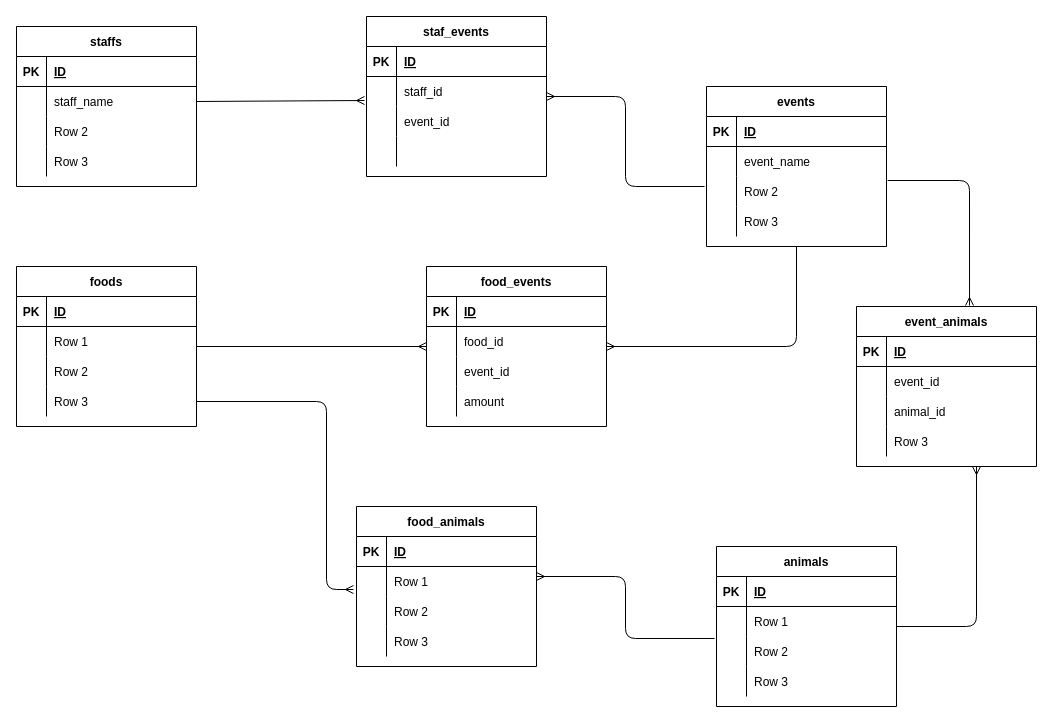
Taishikun0721/Rails_Sparta_TIL keeps this draw.io diagram as SQL/Untitled Diagram.drawio. Above is the earlier version. Source tidied: cells renumbered, new cells numbered last; positions are measured from the earlier drawing's top-left corner, leaving out a move shared by most shapes. Both pictures are drawn from the tidied source at 100%, with x=0, y=0 at pixel (16, 16).
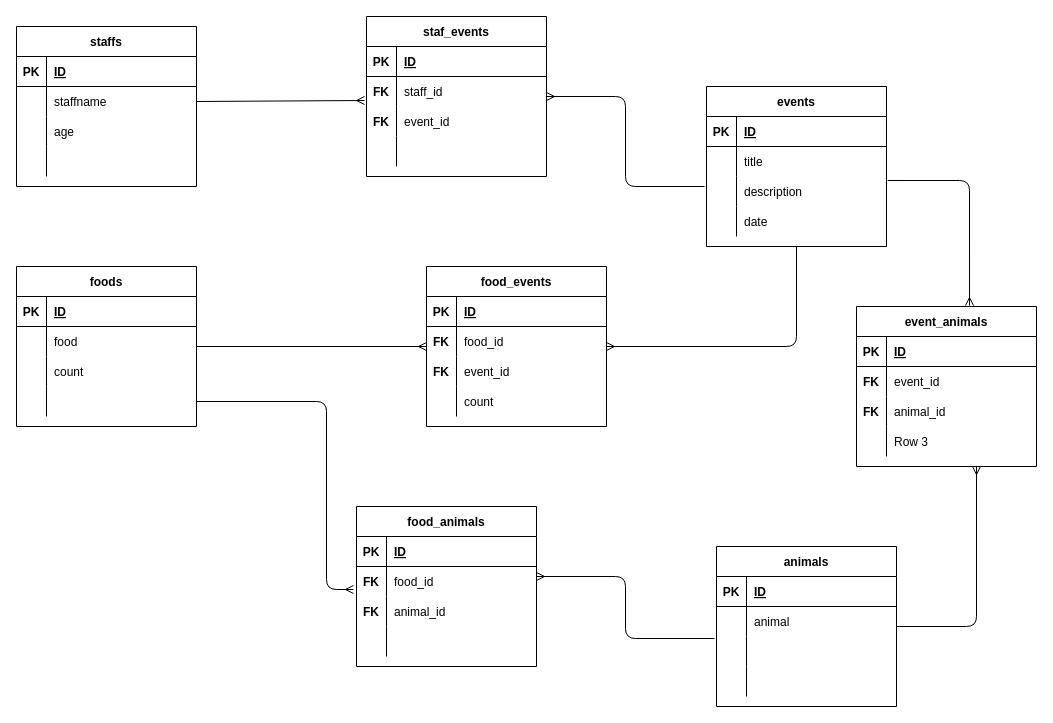
Above is the later version.

The change refers to these unchanged cells:
```xml
<mxCell id="7" style="shape=partialRectangle;fillColor=none;top=0;left=0;bottom=0;right=0;points=[[0,0.5],[1,0.5]];portConstraint=eastwest;" parent="3" vertex="1">
  <mxGeometry y="60" width="180" height="30" as="geometry" />
</mxCell>
<mxCell id="10" style="shape=partialRectangle;fillColor=none;top=0;left=0;bottom=0;right=0;" parent="3" vertex="1">
  <mxGeometry y="90" width="180" height="30" as="geometry" />
</mxCell>
<mxCell id="13" style="shape=partialRectangle;fillColor=none;top=0;left=0;bottom=0;right=0;" parent="3" vertex="1">
  <mxGeometry y="120" width="180" height="30" as="geometry" />
</mxCell>
<mxCell id="33" style="shape=partialRectangle;fillColor=none;top=0;left=0;bottom=0;right=0;points=[[0,0.5],[1,0.5]];portConstraint=eastwest;" parent="29" vertex="1">
  <mxGeometry y="60" width="180" height="30" as="geometry" />
</mxCell>
<mxCell id="36" style="shape=partialRectangle;fillColor=none;top=0;left=0;bottom=0;right=0;" parent="29" vertex="1">
  <mxGeometry y="90" width="180" height="30" as="geometry" />
</mxCell>
<mxCell id="39" style="shape=partialRectangle;fillColor=none;top=0;left=0;bottom=0;right=0;" parent="29" vertex="1">
  <mxGeometry y="120" width="180" height="30" as="geometry" />
</mxCell>
<mxCell id="59" style="shape=partialRectangle;fillColor=none;top=0;left=0;bottom=0;right=0;" parent="55" vertex="1">
  <mxGeometry y="60" width="180" height="30" as="geometry" />
</mxCell>
<mxCell id="62" style="shape=partialRectangle;fillColor=none;top=0;left=0;bottom=0;right=0;" parent="55" vertex="1">
  <mxGeometry y="90" width="180" height="30" as="geometry" />
</mxCell>
<mxCell id="65" style="shape=partialRectangle;fillColor=none;top=0;left=0;bottom=0;right=0;points=[[0,0.5],[1,0.5]];portConstraint=eastwest;" parent="55" vertex="1">
  <mxGeometry y="120" width="180" height="30" as="geometry" />
</mxCell>
<mxCell id="72" style="shape=partialRectangle;fillColor=none;top=0;left=0;bottom=0;right=0;" parent="68" vertex="1">
  <mxGeometry y="60" width="180" height="30" as="geometry" />
</mxCell>
<mxCell id="75" style="shape=partialRectangle;fillColor=none;top=0;left=0;bottom=0;right=0;points=[[0,0.5],[1,0.5]];portConstraint=eastwest;" parent="68" vertex="1">
  <mxGeometry y="90" width="180" height="30" as="geometry" />
</mxCell>
<mxCell id="78" style="shape=partialRectangle;fillColor=none;top=0;left=0;bottom=0;right=0;" parent="68" vertex="1">
  <mxGeometry y="120" width="180" height="30" as="geometry" />
</mxCell>
<mxCell id="91" style="shape=partialRectangle;fillColor=none;top=0;left=0;bottom=0;right=0;" parent="81" vertex="1">
  <mxGeometry y="120" width="180" height="30" as="geometry" />
</mxCell>
<mxCell id="98" style="shape=partialRectangle;fillColor=none;top=0;left=0;bottom=0;right=0;points=[[0,0.5],[1,0.5]];portConstraint=eastwest;" parent="94" vertex="1">
  <mxGeometry y="60" width="180" height="30" as="geometry" />
</mxCell>
<mxCell id="101" style="shape=partialRectangle;fillColor=none;top=0;left=0;bottom=0;right=0;" parent="94" vertex="1">
  <mxGeometry y="90" width="180" height="30" as="geometry" />
</mxCell>
<mxCell id="104" style="shape=partialRectangle;fillColor=none;top=0;left=0;bottom=0;right=0;" parent="94" vertex="1">
  <mxGeometry y="120" width="180" height="30" as="geometry" />
</mxCell>
```

Diff of the diagram source:
```diff
@@
-    <mxCell id="9" value="staff_name" style="shape=partialRectangle;fillColor=none;top=0;left=0;bottom=0;right=0;align=left;spacingLeft=6;overflow=hidden;" parent="7" vertex="1">
+    <mxCell id="9" value="staffname" style="shape=partialRectangle;fillColor=none;top=0;left=0;bottom=0;right=0;align=left;spacingLeft=6;overflow=hidden;" parent="7" vertex="1">
       <mxGeometry x="30" width="150" height="30" as="geometry" />
     </mxCell>
@@
-    <mxCell id="12" value="Row 2" style="shape=partialRectangle;fillColor=none;top=0;left=0;bottom=0;right=0;align=left;spacingLeft=6;overflow=hidden;" parent="10" vertex="1">
+    <mxCell id="12" value="age" style="shape=partialRectangle;fillColor=none;top=0;left=0;bottom=0;right=0;align=left;spacingLeft=6;overflow=hidden;" parent="10" vertex="1">
       <mxGeometry x="30" width="150" height="30" as="geometry" />
     </mxCell>
@@
-    <mxCell id="15" value="Row 3" style="shape=partialRectangle;fillColor=none;top=0;left=0;bottom=0;right=0;align=left;spacingLeft=6;overflow=hidden;" parent="13" vertex="1">
+    <mxCell id="15" style="shape=partialRectangle;fillColor=none;top=0;left=0;bottom=0;right=0;align=left;spacingLeft=6;overflow=hidden;" parent="13" vertex="1">
       <mxGeometry x="30" width="150" height="30" as="geometry" />
     </mxCell>
@@
-    <mxCell id="35" value="event_name" style="shape=partialRectangle;fillColor=none;top=0;left=0;bottom=0;right=0;align=left;spacingLeft=6;overflow=hidden;" parent="33" vertex="1">
+    <mxCell id="35" value="title" style="shape=partialRectangle;fillColor=none;top=0;left=0;bottom=0;right=0;align=left;spacingLeft=6;overflow=hidden;" parent="33" vertex="1">
       <mxGeometry x="30" width="150" height="30" as="geometry" />
     </mxCell>
@@
-    <mxCell id="38" value="Row 2" style="shape=partialRectangle;fillColor=none;top=0;left=0;bottom=0;right=0;align=left;spacingLeft=6;overflow=hidden;" parent="36" vertex="1">
+    <mxCell id="38" value="description" style="shape=partialRectangle;fillColor=none;top=0;left=0;bottom=0;right=0;align=left;spacingLeft=6;overflow=hidden;" parent="36" vertex="1">
       <mxGeometry x="30" width="150" height="30" as="geometry" />
     </mxCell>
@@
-    <mxCell id="41" value="Row 3" style="shape=partialRectangle;fillColor=none;top=0;left=0;bottom=0;right=0;align=left;spacingLeft=6;overflow=hidden;" parent="39" vertex="1">
+    <mxCell id="41" value="date" style="shape=partialRectangle;fillColor=none;top=0;left=0;bottom=0;right=0;align=left;spacingLeft=6;overflow=hidden;" parent="39" vertex="1">
       <mxGeometry x="30" width="150" height="30" as="geometry" />
     </mxCell>
@@
-    <mxCell id="61" value="Row 1" style="shape=partialRectangle;fillColor=none;top=0;left=0;bottom=0;right=0;align=left;spacingLeft=6;overflow=hidden;" parent="59" vertex="1">
+    <mxCell id="61" value="food" style="shape=partialRectangle;fillColor=none;top=0;left=0;bottom=0;right=0;align=left;spacingLeft=6;overflow=hidden;" parent="59" vertex="1">
       <mxGeometry x="30" width="150" height="30" as="geometry" />
     </mxCell>
@@
-    <mxCell id="64" value="Row 2" style="shape=partialRectangle;fillColor=none;top=0;left=0;bottom=0;right=0;align=left;spacingLeft=6;overflow=hidden;" parent="62" vertex="1">
+    <mxCell id="64" value="count" style="shape=partialRectangle;fillColor=none;top=0;left=0;bottom=0;right=0;align=left;spacingLeft=6;overflow=hidden;" parent="62" vertex="1">
       <mxGeometry x="30" width="150" height="30" as="geometry" />
     </mxCell>
@@
-    <mxCell id="67" value="Row 3" style="shape=partialRectangle;fillColor=none;top=0;left=0;bottom=0;right=0;align=left;spacingLeft=6;overflow=hidden;" parent="65" vertex="1">
+    <mxCell id="67" style="shape=partialRectangle;fillColor=none;top=0;left=0;bottom=0;right=0;align=left;spacingLeft=6;overflow=hidden;" parent="65" vertex="1">
       <mxGeometry x="30" width="150" height="30" as="geometry" />
     </mxCell>
@@
-    <mxCell id="74" value="Row 1" style="shape=partialRectangle;fillColor=none;top=0;left=0;bottom=0;right=0;align=left;spacingLeft=6;overflow=hidden;" parent="72" vertex="1">
+    <mxCell id="74" value="animal" style="shape=partialRectangle;fillColor=none;top=0;left=0;bottom=0;right=0;align=left;spacingLeft=6;overflow=hidden;" parent="72" vertex="1">
       <mxGeometry x="30" width="150" height="30" as="geometry" />
     </mxCell>
@@
-    <mxCell id="77" value="Row 2" style="shape=partialRectangle;fillColor=none;top=0;left=0;bottom=0;right=0;align=left;spacingLeft=6;overflow=hidden;" parent="75" vertex="1">
+    <mxCell id="77" style="shape=partialRectangle;fillColor=none;top=0;left=0;bottom=0;right=0;align=left;spacingLeft=6;overflow=hidden;" parent="75" vertex="1">
       <mxGeometry x="30" width="150" height="30" as="geometry" />
     </mxCell>
@@
-    <mxCell id="80" value="Row 3" style="shape=partialRectangle;fillColor=none;top=0;left=0;bottom=0;right=0;align=left;spacingLeft=6;overflow=hidden;" parent="78" vertex="1">
+    <mxCell id="80" style="shape=partialRectangle;fillColor=none;top=0;left=0;bottom=0;right=0;align=left;spacingLeft=6;overflow=hidden;" parent="78" vertex="1">
       <mxGeometry x="30" width="150" height="30" as="geometry" />
     </mxCell>
@@
-    <mxCell id="93" value="amount" style="shape=partialRectangle;fillColor=none;top=0;left=0;bottom=0;right=0;align=left;spacingLeft=6;overflow=hidden;" parent="91" vertex="1">
+    <mxCell id="93" value="count" style="shape=partialRectangle;fillColor=none;top=0;left=0;bottom=0;right=0;align=left;spacingLeft=6;overflow=hidden;" parent="91" vertex="1">
       <mxGeometry x="30" width="150" height="30" as="geometry" />
     </mxCell>
@@
-    <mxCell id="100" value="Row 1" style="shape=partialRectangle;fillColor=none;top=0;left=0;bottom=0;right=0;align=left;spacingLeft=6;overflow=hidden;" parent="98" vertex="1">
+    <mxCell id="100" value="food_id" style="shape=partialRectangle;fillColor=none;top=0;left=0;bottom=0;right=0;align=left;spacingLeft=6;overflow=hidden;" parent="98" vertex="1">
       <mxGeometry x="30" width="150" height="30" as="geometry" />
     </mxCell>
@@
-    <mxCell id="103" value="Row 2" style="shape=partialRectangle;fillColor=none;top=0;left=0;bottom=0;right=0;align=left;spacingLeft=6;overflow=hidden;" parent="101" vertex="1">
+    <mxCell id="103" value="animal_id" style="shape=partialRectangle;fillColor=none;top=0;left=0;bottom=0;right=0;align=left;spacingLeft=6;overflow=hidden;" parent="101" vertex="1">
       <mxGeometry x="30" width="150" height="30" as="geometry" />
     </mxCell>
@@
-    <mxCell id="106" value="Row 3" style="shape=partialRectangle;fillColor=none;top=0;left=0;bottom=0;right=0;align=left;spacingLeft=6;overflow=hidden;" parent="104" vertex="1">
+    <mxCell id="106" style="shape=partialRectangle;fillColor=none;top=0;left=0;bottom=0;right=0;align=left;spacingLeft=6;overflow=hidden;" parent="104" vertex="1">
       <mxGeometry x="30" width="150" height="30" as="geometry" />
     </mxCell>
@@
+    <mxCell id="114" value="FK" style="shape=partialRectangle;fillColor=none;top=0;left=0;bottom=0;right=0;fontStyle=1;overflow=hidden;" parent="1" vertex="1">
+      <mxGeometry x="350" y="60" width="30" height="30" as="geometry" />
+    </mxCell>
+    <mxCell id="115" value="FK" style="shape=partialRectangle;fillColor=none;top=0;left=0;bottom=0;right=0;fontStyle=1;overflow=hidden;" parent="1" vertex="1">
+      <mxGeometry x="840" y="380" width="30" height="30" as="geometry" />
+    </mxCell>
+    <mxCell id="116" value="FK" style="shape=partialRectangle;fillColor=none;top=0;left=0;bottom=0;right=0;fontStyle=1;overflow=hidden;" parent="1" vertex="1">
+      <mxGeometry x="840" y="350" width="30" height="30" as="geometry" />
+    </mxCell>
+    <mxCell id="117" value="FK" style="shape=partialRectangle;fillColor=none;top=0;left=0;bottom=0;right=0;fontStyle=1;overflow=hidden;" parent="1" vertex="1">
+      <mxGeometry x="340" y="580" width="30" height="30" as="geometry" />
+    </mxCell>
+    <mxCell id="118" value="FK" style="shape=partialRectangle;fillColor=none;top=0;left=0;bottom=0;right=0;fontStyle=1;overflow=hidden;" parent="1" vertex="1">
+      <mxGeometry x="340" y="550" width="30" height="30" as="geometry" />
+    </mxCell>
+    <mxCell id="119" value="FK" style="shape=partialRectangle;fillColor=none;top=0;left=0;bottom=0;right=0;fontStyle=1;overflow=hidden;" parent="1" vertex="1">
+      <mxGeometry x="410" y="310" width="30" height="30" as="geometry" />
+    </mxCell>
+    <mxCell id="120" value="FK" style="shape=partialRectangle;fillColor=none;top=0;left=0;bottom=0;right=0;fontStyle=1;overflow=hidden;" parent="1" vertex="1">
+      <mxGeometry x="410" y="340" width="30" height="30" as="geometry" />
+    </mxCell>
+    <mxCell id="121" value="FK" style="shape=partialRectangle;fillColor=none;top=0;left=0;bottom=0;right=0;fontStyle=1;overflow=hidden;" parent="1" vertex="1">
+      <mxGeometry x="350" y="90" width="30" height="30" as="geometry" />
+    </mxCell>
```
